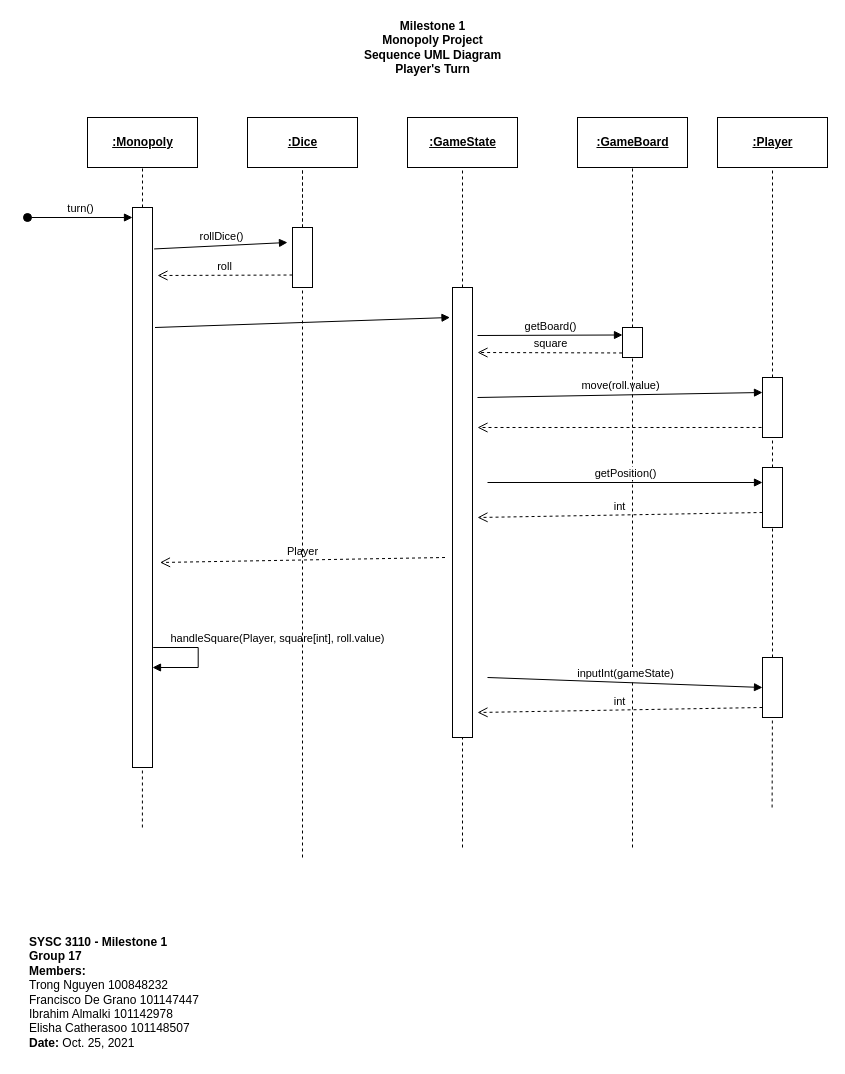
trong0dn/monopoly keeps this draw.io diagram as page "SequenceUML_4" (5 of 5) of M1_ClassUML.drawio. Above is the earlier version. Source tidied: cells renumbered, new cells numbered last; positions are measured from the earlier drawing's top-left corner, leaving out a move shared by most shapes. Both pictures are drawn from the tidied source at 100%, with x=0, y=0 at pixel (27, 17).
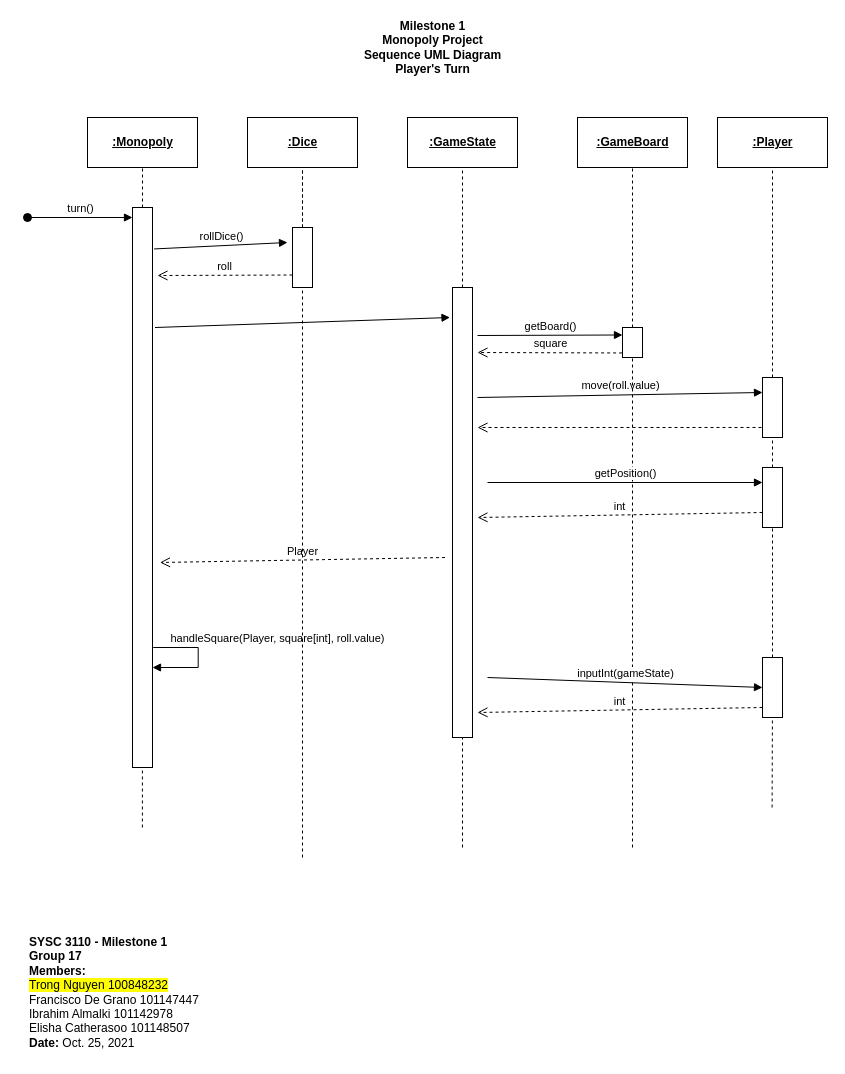
The same diagram, later.

Change to the diagram source:
```diff
@@
-    <mxCell id="3" value="&lt;b&gt;SYSC 3110 - Milestone 1&lt;/b&gt;&lt;br&gt;&lt;b&gt;Group 17&lt;/b&gt;&lt;br&gt;&lt;b&gt;Members:&lt;/b&gt;&lt;br&gt;Trong Nguyen 100848232 &lt;br&gt;Francisco De Grano 101147447 &lt;br&gt;Ibrahim Almalki 101142978 &lt;br&gt;Elisha Catherasoo 101148507&lt;br&gt;&lt;b&gt;Date: &lt;/b&gt;Oct. 25, 2021" style="text;html=1;strokeColor=none;fillColor=none;align=left;verticalAlign=middle;whiteSpace=wrap;rounded=0;" parent="1" vertex="1">
+    <mxCell id="3" value="&lt;b&gt;SYSC 3110 - Milestone 1&lt;/b&gt;&lt;br&gt;&lt;b&gt;Group 17&lt;/b&gt;&lt;br&gt;&lt;b&gt;Members:&lt;/b&gt;&lt;br&gt;&lt;span style=&quot;background-color: rgb(255 , 255 , 0)&quot;&gt;Trong Nguyen 100848232 &lt;/span&gt;&lt;br&gt;Francisco De Grano 101147447 &lt;br&gt;Ibrahim Almalki 101142978 &lt;br&gt;Elisha Catherasoo 101148507&lt;br&gt;&lt;b&gt;Date: &lt;/b&gt;Oct. 25, 2021" style="text;html=1;strokeColor=none;fillColor=none;align=left;verticalAlign=middle;whiteSpace=wrap;rounded=0;" parent="1" vertex="1">
       <mxGeometry y="910" width="200" height="130" as="geometry" />
     </mxCell>
```
